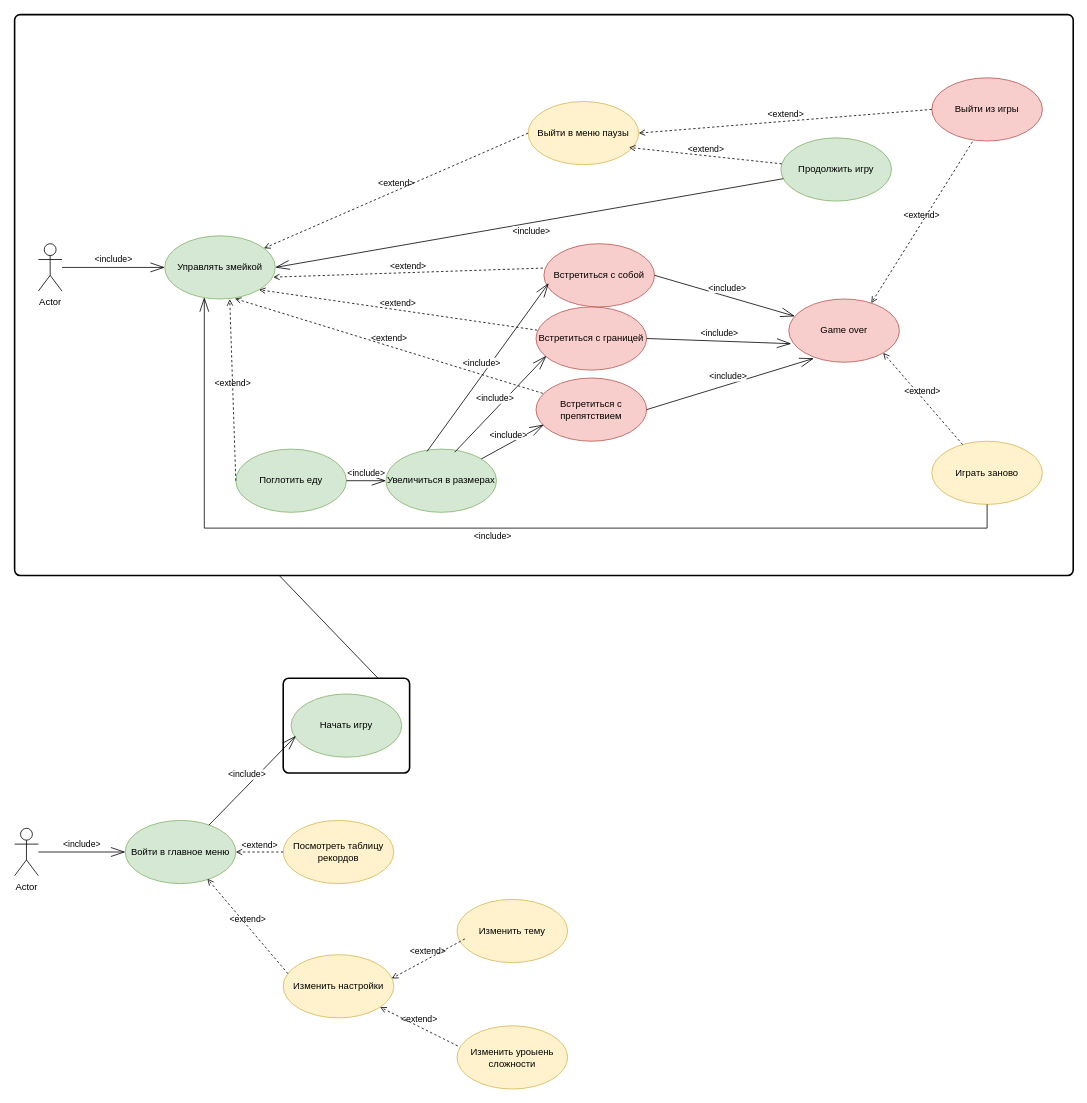
Earlier version of the draw.io diagram Use-case__Snake.drawio (kirp11/Snake_game). Source tidied: cells renumbered, new cells numbered last; positions are measured from the earlier drawing's top-left corner, leaving out a move shared by most shapes. Both pictures are drawn from the tidied source at 79%, with x=0, y=0 at pixel (14, 14).
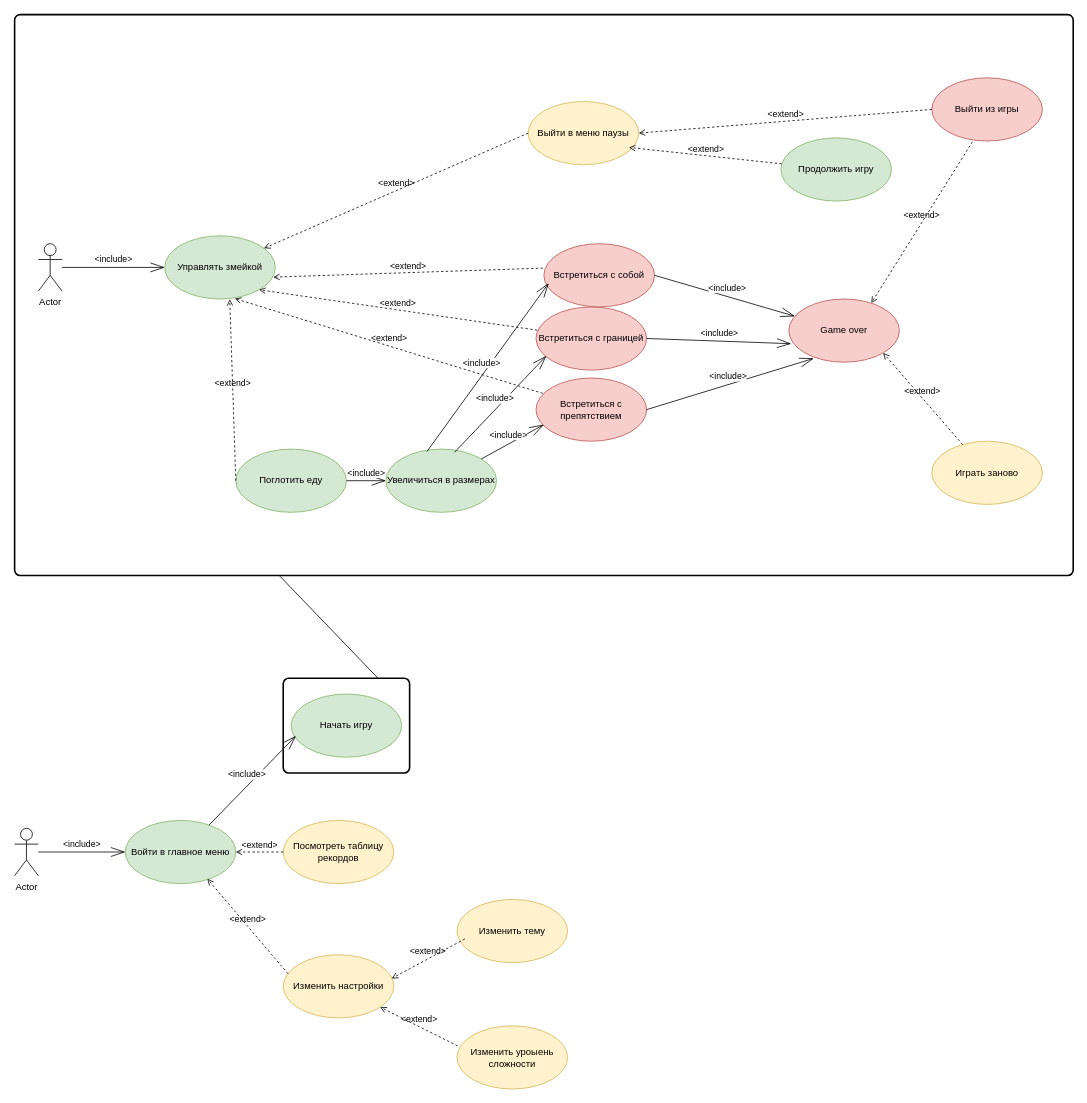
After the change.

Commit message (it also covers changes not shown here):
Use case and SDP redact

The change refers to these unchanged cells:
```xml
<mxCell id="16" value="Управлять змейкой" style="ellipse;whiteSpace=wrap;html=1;fillColor=#d5e8d4;strokeColor=#82b366;" parent="1" vertex="1">
  <mxGeometry x="190" y="280" width="140" height="80" as="geometry" />
</mxCell>
<mxCell id="40" value="Продолжить игру" style="ellipse;whiteSpace=wrap;html=1;fillColor=#d5e8d4;strokeColor=#82b366;" parent="1" vertex="1">
  <mxGeometry x="970" y="156" width="140" height="80" as="geometry" />
</mxCell>
```

What changed in the source:
```diff
@@
-    <mxCell id="38" value="&amp;lt;include&amp;gt;" style="endArrow=openThin;endSize=16;endFill=0;html=1;rounded=0;entryX=0.358;entryY=0.975;entryDx=0;entryDy=0;entryPerimeter=0;edgeStyle=orthogonalEdgeStyle;" parent="1" edge="1" target="16">
-      <mxGeometry y="10" relative="1" as="geometry">
-        <mxPoint x="1231" y="620" as="sourcePoint" />
-        <Array as="points">
-          <mxPoint x="1231" y="650" />
-          <mxPoint x="240" y="650" />
-        </Array>
-      </mxGeometry>
-    </mxCell>
@@
-    <mxCell id="42" value="&amp;lt;include&amp;gt;" style="endArrow=openThin;endSize=16;endFill=0;html=1;rounded=0;entryX=1;entryY=0.5;entryDx=0;entryDy=0;" parent="1" edge="1" source="40" target="16">
-      <mxGeometry y="10" relative="1" as="geometry" />
-    </mxCell>
```
